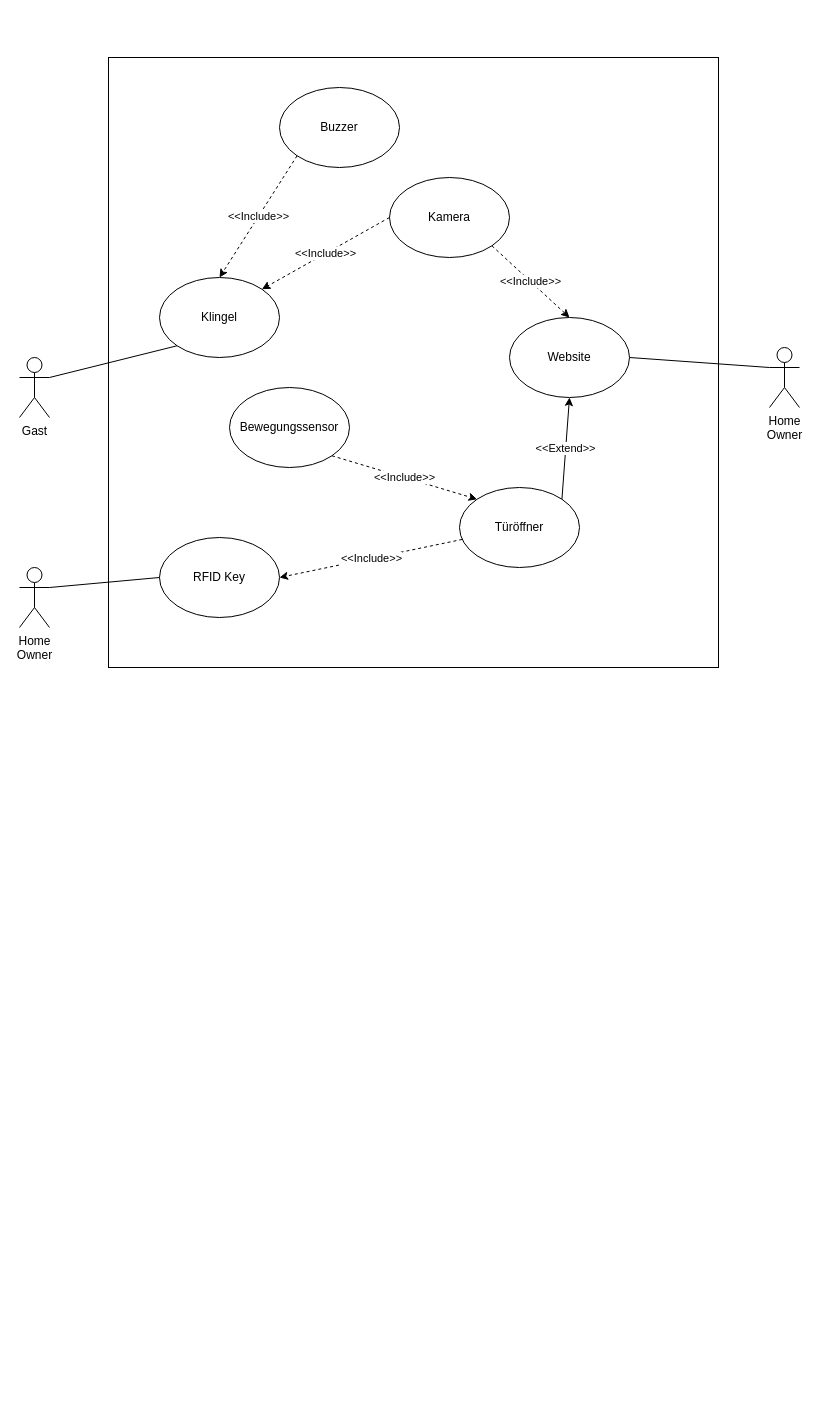
This is UseCase Diagramm.drawio from JustJ4Y/PI-SPACE-H-SECURITY, a draw.io file, before an edit. Source tidied: cells renumbered, new cells numbered last; positions are measured from the earlier drawing's top-left corner, leaving out a move shared by most shapes. Both pictures are drawn from the tidied source at 100%, with x=0, y=0 at pixel (19, 57).
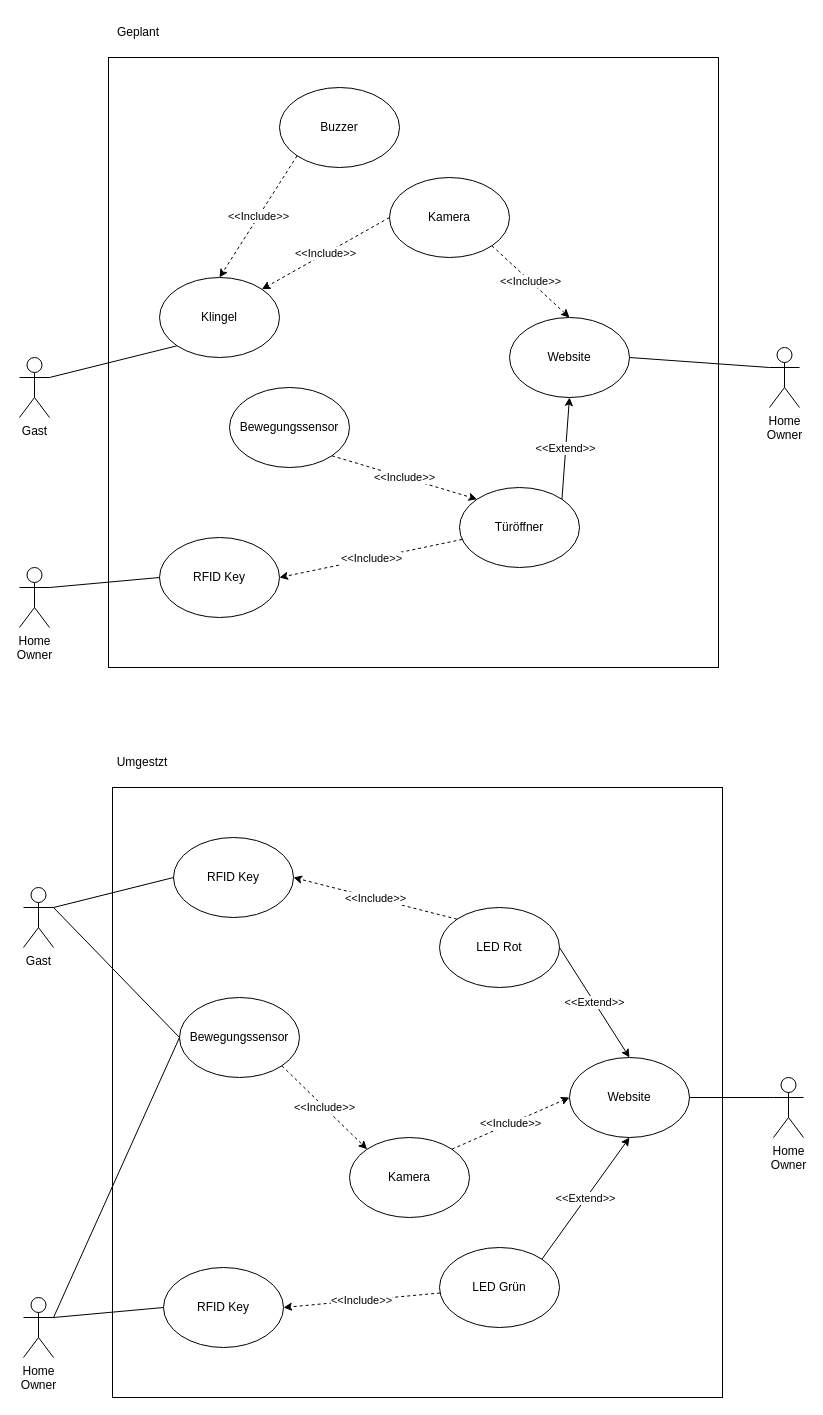
The same diagram, later.

Commit message (it also covers changes not shown here):
Readme, UseCase und PPT update

Change to the diagram source:
```diff
@@
+    <mxCell id="22" value="Geplant" style="text;html=1;whiteSpace=wrap;strokeColor=none;fillColor=none;align=center;verticalAlign=middle;rounded=0;" parent="1" vertex="1">
+      <mxGeometry x="89" y="-40" width="60" height="30" as="geometry" />
+    </mxCell>
+    <mxCell id="23" style="whiteSpace=wrap;html=1;" parent="1" vertex="1">
+      <mxGeometry x="93" y="730" width="610" height="610" as="geometry" />
+    </mxCell>
+    <mxCell id="24" value="Gast" style="shape=umlActor;verticalLabelPosition=bottom;verticalAlign=top;html=1;outlineConnect=0;" parent="1" vertex="1">
+      <mxGeometry x="4" y="830" width="30" height="60" as="geometry" />
+    </mxCell>
+    <mxCell id="25" value="RFID Key" style="ellipse;whiteSpace=wrap;html=1;" parent="1" vertex="1">
+      <mxGeometry x="154" y="780" width="120" height="80" as="geometry" />
+    </mxCell>
+    <mxCell id="26" value="Kamera" style="ellipse;whiteSpace=wrap;html=1;" parent="1" vertex="1">
+      <mxGeometry x="330" y="1080" width="120" height="80" as="geometry" />
+    </mxCell>
+    <mxCell id="27" style="endArrow=none;html=1;rounded=0;exitX=1;exitY=0.3333333333333333;exitDx=0;exitDy=0;exitPerimeter=0;entryX=0;entryY=0.5;entryDx=0;entryDy=0;" parent="1" edge="1" source="24" target="25">
+      <mxGeometry relative="1" as="geometry" />
+    </mxCell>
+    <mxCell id="28" value="Home&lt;div&gt;Owner&lt;/div&gt;" style="shape=umlActor;verticalLabelPosition=bottom;verticalAlign=top;html=1;outlineConnect=0;" parent="1" vertex="1">
+      <mxGeometry x="754" y="1020" width="30" height="60" as="geometry" />
+    </mxCell>
+    <mxCell id="29" value="Website" style="ellipse;whiteSpace=wrap;html=1;" parent="1" vertex="1">
+      <mxGeometry x="550" y="1000" width="120" height="80" as="geometry" />
+    </mxCell>
+    <mxCell id="30" value="&amp;lt;&amp;lt;Include&amp;gt;&amp;gt;" style="endArrow=classic;html=1;rounded=0;entryX=0;entryY=0.5;entryDx=0;entryDy=0;exitX=1;exitY=0;exitDx=0;exitDy=0;dashed=1;" parent="1" edge="1" source="26" target="29">
+      <mxGeometry relative="1" as="geometry" />
+    </mxCell>
+    <mxCell id="31" value="Bewegungssensor" style="ellipse;whiteSpace=wrap;html=1;" parent="1" vertex="1">
+      <mxGeometry x="160" y="940" width="120" height="80" as="geometry" />
+    </mxCell>
+    <mxCell id="32" style="endArrow=none;html=1;rounded=0;entryX=0;entryY=0.3333333333333333;entryDx=0;entryDy=0;entryPerimeter=0;exitX=1;exitY=0.5;exitDx=0;exitDy=0;" parent="1" edge="1" source="29" target="28">
+      <mxGeometry relative="1" as="geometry" />
+    </mxCell>
+    <mxCell id="33" value="LED Grün" style="ellipse;whiteSpace=wrap;html=1;" parent="1" vertex="1">
+      <mxGeometry x="420" y="1190" width="120" height="80" as="geometry" />
+    </mxCell>
+    <mxCell id="34" value="&amp;lt;&amp;lt;Extend&amp;gt;&amp;gt;" style="endArrow=classic;html=1;rounded=0;exitX=1;exitY=0;exitDx=0;exitDy=0;entryX=0.5;entryY=1;entryDx=0;entryDy=0;" parent="1" edge="1" source="33" target="29">
+      <mxGeometry relative="1" as="geometry" />
+    </mxCell>
+    <mxCell id="35" value="&amp;lt;&amp;lt;Include&amp;gt;&amp;gt;" style="endArrow=classic;html=1;rounded=0;exitX=1;exitY=1;exitDx=0;exitDy=0;entryX=0;entryY=0;entryDx=0;entryDy=0;dashed=1;" parent="1" edge="1" source="31" target="26">
+      <mxGeometry relative="1" as="geometry" />
+    </mxCell>
+    <mxCell id="36" value="Home&lt;div&gt;Owner&lt;/div&gt;" style="shape=umlActor;verticalLabelPosition=bottom;verticalAlign=top;html=1;outlineConnect=0;" parent="1" vertex="1">
+      <mxGeometry x="4" y="1240" width="30" height="60" as="geometry" />
+    </mxCell>
+    <mxCell id="37" value="RFID Key" style="ellipse;whiteSpace=wrap;html=1;" parent="1" vertex="1">
+      <mxGeometry x="144" y="1210" width="120" height="80" as="geometry" />
+    </mxCell>
+    <mxCell id="38" value="&amp;lt;&amp;lt;Include&amp;gt;&amp;gt;" style="endArrow=classic;html=1;rounded=0;entryX=1;entryY=0.5;entryDx=0;entryDy=0;dashed=1;" parent="1" edge="1" source="33" target="37">
+      <mxGeometry relative="1" as="geometry" />
+    </mxCell>
+    <mxCell id="39" style="endArrow=none;html=1;rounded=0;exitX=1;exitY=0.3333333333333333;exitDx=0;exitDy=0;exitPerimeter=0;entryX=0;entryY=0.5;entryDx=0;entryDy=0;" parent="1" edge="1" source="36" target="37">
+      <mxGeometry relative="1" as="geometry" />
+    </mxCell>
+    <mxCell id="40" value="Umgestzt" style="text;html=1;whiteSpace=wrap;strokeColor=none;fillColor=none;align=center;verticalAlign=middle;rounded=0;" parent="1" vertex="1">
+      <mxGeometry x="93" y="690" width="60" height="30" as="geometry" />
+    </mxCell>
+    <mxCell id="41" value="LED Rot" style="ellipse;whiteSpace=wrap;html=1;" parent="1" vertex="1">
+      <mxGeometry x="420" y="850" width="120" height="80" as="geometry" />
+    </mxCell>
+    <mxCell id="42" value="&amp;lt;&amp;lt;Include&amp;gt;&amp;gt;" style="endArrow=classic;html=1;rounded=0;entryX=1;entryY=0.5;entryDx=0;entryDy=0;dashed=1;exitX=0;exitY=0;exitDx=0;exitDy=0;" parent="1" edge="1" source="41" target="25">
+      <mxGeometry relative="1" as="geometry" />
+    </mxCell>
+    <mxCell id="43" value="&amp;lt;&amp;lt;Extend&amp;gt;&amp;gt;" style="endArrow=classic;html=1;rounded=0;exitX=1;exitY=0.5;exitDx=0;exitDy=0;entryX=0.5;entryY=0;entryDx=0;entryDy=0;" parent="1" edge="1" source="41" target="29">
+      <mxGeometry relative="1" as="geometry" />
+    </mxCell>
+    <mxCell id="44" style="endArrow=none;html=1;rounded=0;entryX=0;entryY=0.5;entryDx=0;entryDy=0;exitX=1;exitY=0.3333333333333333;exitDx=0;exitDy=0;exitPerimeter=0;" parent="1" edge="1" source="24" target="31">
+      <mxGeometry relative="1" as="geometry" />
+    </mxCell>
+    <mxCell id="45" style="endArrow=none;html=1;rounded=0;exitX=1;exitY=0.3333333333333333;exitDx=0;exitDy=0;exitPerimeter=0;entryX=0;entryY=0.5;entryDx=0;entryDy=0;" parent="1" edge="1" source="36" target="31">
+      <mxGeometry relative="1" as="geometry" />
+    </mxCell>
```
